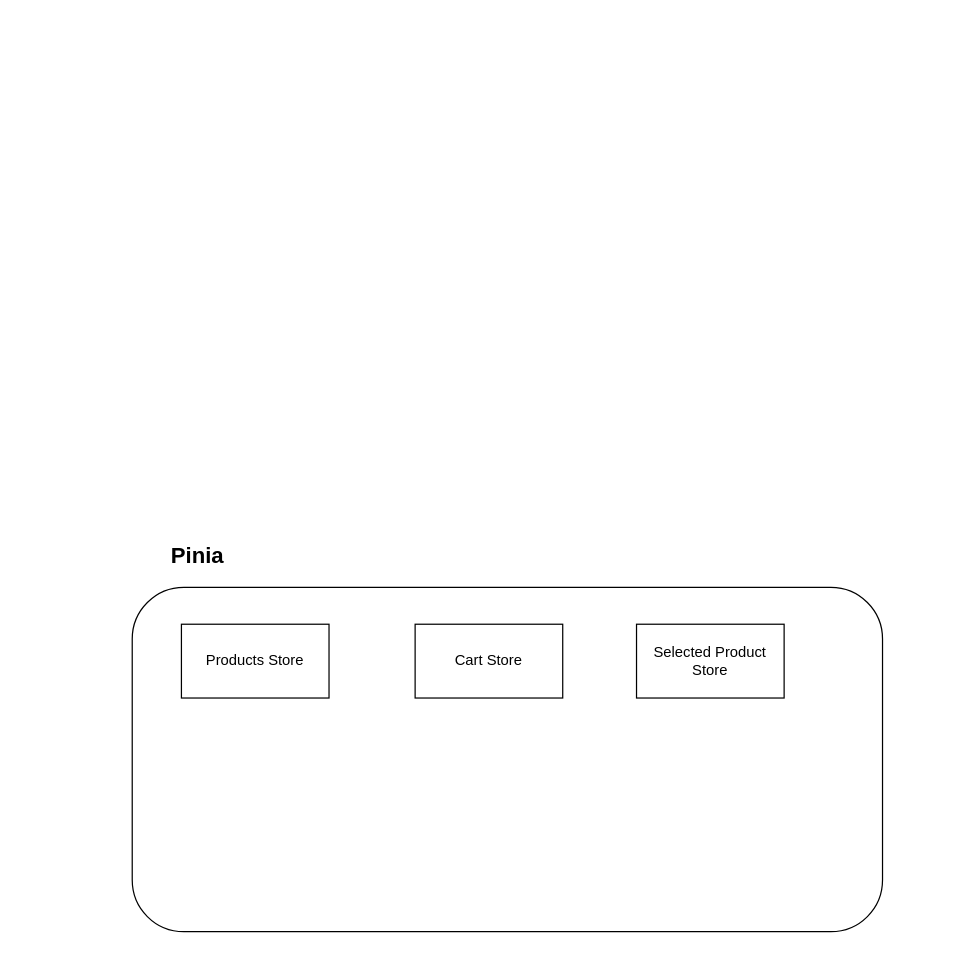
Above: src/assets/Data flow.drawio in asmaaHamdym/vue-e-commerce (draw.io), before the change. Source tidied: cells renumbered, new cells numbered last; positions are measured from the earlier drawing's top-left corner, leaving out a move shared by most shapes. Both pictures are drawn from the tidied source at 123%, with x=0, y=0 at pixel (132, 538).
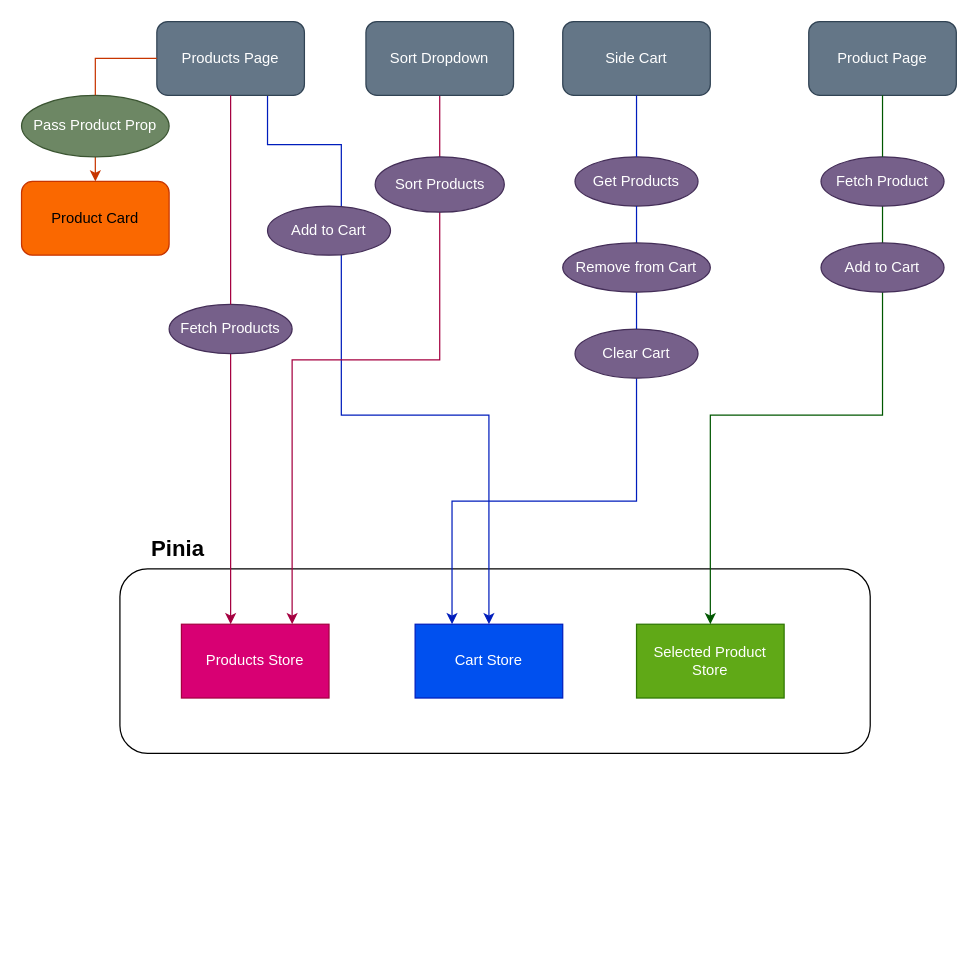
The same page after the edit.

What changed in the source:
```diff
@@
     <mxCell id="3" style="rounded=1;whiteSpace=wrap;html=1;" parent="1" vertex="1">
-      <mxGeometry y="40" width="610" height="280" as="geometry" />
+      <mxGeometry x="-10" y="25" width="610" height="150" as="geometry" />
     </mxCell>
-    <mxCell id="4" value="Selected Product Store" style="rounded=0;whiteSpace=wrap;html=1;" parent="1" vertex="1">
+    <mxCell id="4" value="Selected Product Store" style="rounded=0;whiteSpace=wrap;html=1;fillColor=#60a917;fontColor=#ffffff;strokeColor=#2D7600;" parent="1" vertex="1">
       <mxGeometry x="410" y="70" width="120" height="60" as="geometry" />
     </mxCell>
-    <mxCell id="5" value="Cart Store" style="rounded=0;whiteSpace=wrap;html=1;" parent="1" vertex="1">
+    <mxCell id="5" value="Cart Store" style="rounded=0;whiteSpace=wrap;html=1;fillColor=#0050ef;fontColor=#ffffff;strokeColor=#001DBC;" parent="1" vertex="1">
       <mxGeometry x="230" y="70" width="120" height="60" as="geometry" />
     </mxCell>
-    <mxCell id="6" value="Products Store" style="rounded=0;whiteSpace=wrap;html=1;" parent="1" vertex="1">
+    <mxCell id="6" value="Products Store" style="rounded=0;whiteSpace=wrap;html=1;fillColor=#d80073;fontColor=#ffffff;strokeColor=#A50040;" parent="1" vertex="1">
       <mxGeometry x="40" y="70" width="120" height="60" as="geometry" />
     </mxCell>
     <mxCell id="7" value="&lt;b&gt;&lt;font style=&quot;font-size: 18px;&quot;&gt;Pinia&lt;/font&gt;&lt;/b&gt;&amp;nbsp;" style="text;strokeColor=none;align=center;fillColor=none;html=1;verticalAlign=middle;whiteSpace=wrap;rounded=0;" parent="1" vertex="1">
-      <mxGeometry width="110" height="30" as="geometry" />
+      <mxGeometry x="-16" y="-6" width="110" height="30" as="geometry" />
     </mxCell>
+    <mxCell id="8" style="edgeStyle=orthogonalEdgeStyle;rounded=0;jettySize=auto;html=1;fillColor=#d80073;strokeColor=light-dark(#A50040,#FF48D4);" parent="1" edge="1" source="29" target="6">
+      <mxGeometry relative="1" as="geometry">
+        <Array as="points">
+          <mxPoint x="80" />
+          <mxPoint x="80" />
+        </Array>
+      </mxGeometry>
+    </mxCell>
+    <mxCell id="9" style="edgeStyle=orthogonalEdgeStyle;rounded=0;jettySize=auto;html=1;exitX=0.75;exitY=1;exitDx=0;exitDy=0;fillColor=#0050ef;strokeColor=#001DBC;" parent="1" edge="1" source="10" target="5">
+      <mxGeometry relative="1" as="geometry">
+        <Array as="points">
+          <mxPoint x="110" y="-320" />
+          <mxPoint x="170" y="-320" />
+          <mxPoint x="170" y="-100" />
+          <mxPoint x="290" y="-100" />
+        </Array>
+      </mxGeometry>
+    </mxCell>
+    <mxCell id="10" value="Products Page" style="rounded=1;whiteSpace=wrap;html=1;fillColor=#647687;fontColor=#ffffff;strokeColor=#314354;" parent="1" vertex="1">
+      <mxGeometry x="20" y="-420" width="120" height="60" as="geometry" />
+    </mxCell>
+    <mxCell id="11" value="Product Page" style="rounded=1;whiteSpace=wrap;html=1;fillColor=#647687;fontColor=#ffffff;strokeColor=#314354;" parent="1" vertex="1">
+      <mxGeometry x="550" y="-420" width="120" height="60" as="geometry" />
+    </mxCell>
+    <mxCell id="12" style="edgeStyle=orthogonalEdgeStyle;rounded=0;jettySize=auto;html=1;exitX=0.5;exitY=1;exitDx=0;exitDy=0;entryX=0.25;entryY=0;entryDx=0;entryDy=0;fillColor=#0050ef;strokeColor=#001DBC;" parent="1" edge="1" source="26" target="5">
+      <mxGeometry relative="1" as="geometry" />
+    </mxCell>
+    <mxCell id="13" value="Side Cart" style="rounded=1;whiteSpace=wrap;html=1;fillColor=#647687;fontColor=#ffffff;strokeColor=#314354;" parent="1" vertex="1">
+      <mxGeometry x="350" y="-420" width="120" height="60" as="geometry" />
+    </mxCell>
+    <mxCell id="14" style="edgeStyle=orthogonalEdgeStyle;rounded=0;jettySize=auto;html=1;exitX=0.5;exitY=1;exitDx=0;exitDy=0;entryX=0.75;entryY=0;entryDx=0;entryDy=0;fillColor=#d80073;strokeColor=light-dark(#A50040,#FF48D4);" parent="1" edge="1" source="15" target="6">
+      <mxGeometry relative="1" as="geometry" />
+    </mxCell>
+    <mxCell id="15" value="Sort Dropdown" style="rounded=1;whiteSpace=wrap;html=1;fillColor=#647687;fontColor=#ffffff;strokeColor=#314354;" parent="1" vertex="1">
+      <mxGeometry x="190" y="-420" width="120" height="60" as="geometry" />
+    </mxCell>
+    <mxCell id="16" value="Sort Products" style="ellipse;whiteSpace=wrap;html=1;fillColor=light-dark(#76608A,#B3715D);fontColor=#ffffff;strokeColor=#432D57;" parent="1" vertex="1">
+      <mxGeometry x="197.5" y="-310" width="105" height="45" as="geometry" />
+    </mxCell>
+    <mxCell id="17" value="&lt;div&gt;Add to Cart&lt;/div&gt;" style="ellipse;whiteSpace=wrap;html=1;fillColor=light-dark(#76608A,#B3715D);fontColor=#ffffff;strokeColor=#432D57;" parent="1" vertex="1">
+      <mxGeometry x="110" y="-270" width="100" height="40" as="geometry" />
+    </mxCell>
+    <mxCell id="18" value="Get Products" style="ellipse;whiteSpace=wrap;html=1;fillColor=light-dark(#76608A,#B3715D);fontColor=#ffffff;strokeColor=#432D57;" parent="1" vertex="1">
+      <mxGeometry x="360" y="-310" width="100" height="40" as="geometry" />
+    </mxCell>
+    <mxCell id="19" style="edgeStyle=orthogonalEdgeStyle;rounded=0;jettySize=auto;html=1;exitX=0.5;exitY=1;exitDx=0;exitDy=0;fillColor=#008a00;strokeColor=#005700;" parent="1" edge="1" source="20" target="4">
+      <mxGeometry relative="1" as="geometry" />
+    </mxCell>
+    <mxCell id="20" value="Fetch Product" style="ellipse;whiteSpace=wrap;html=1;fillColor=light-dark(#76608A,#B3715D);fontColor=#ffffff;strokeColor=#432D57;" parent="1" vertex="1">
+      <mxGeometry x="560" y="-310" width="100" height="40" as="geometry" />
+    </mxCell>
+    <mxCell id="21" value="&lt;div&gt;Add to Cart&lt;/div&gt;" style="ellipse;whiteSpace=wrap;html=1;fillColor=light-dark(#76608A,#B3715D);fontColor=#ffffff;strokeColor=#432D57;" parent="1" vertex="1">
+      <mxGeometry x="560" y="-240" width="100" height="40" as="geometry" />
+    </mxCell>
+    <mxCell id="22" value="Product Card" style="rounded=1;whiteSpace=wrap;html=1;fillColor=#fa6800;fontColor=#000000;strokeColor=#C73500;" parent="1" vertex="1">
+      <mxGeometry x="-90" y="-290" width="120" height="60" as="geometry" />
+    </mxCell>
+    <mxCell id="23" style="edgeStyle=orthogonalEdgeStyle;rounded=0;jettySize=auto;html=1;exitX=0.5;exitY=1;exitDx=0;exitDy=0;entryX=0.5;entryY=0;entryDx=0;entryDy=0;fillColor=#fa6800;strokeColor=#C73500;" parent="1" edge="1" source="24" target="22">
+      <mxGeometry relative="1" as="geometry" />
+    </mxCell>
+    <mxCell id="24" value="Pass Product Prop" style="ellipse;whiteSpace=wrap;html=1;fillColor=#6d8764;fontColor=#ffffff;strokeColor=#3A5431;" parent="1" vertex="1">
+      <mxGeometry x="-90" y="-360" width="120" height="50" as="geometry" />
+    </mxCell>
+    <mxCell id="25" style="endArrow=none;html=1;rounded=0;entryX=0.5;entryY=1;entryDx=0;entryDy=0;exitX=0.5;exitY=0;exitDx=0;exitDy=0;fillColor=#0050ef;strokeColor=#001DBC;" parent="1" edge="1" source="18" target="13">
+      <mxGeometry relative="1" as="geometry" />
+    </mxCell>
+    <mxCell id="26" value="Clear Cart" style="ellipse;whiteSpace=wrap;html=1;fillColor=light-dark(#76608A,#B3715D);fontColor=#ffffff;strokeColor=#432D57;" parent="1" vertex="1">
+      <mxGeometry x="360" y="-170" width="100" height="40" as="geometry" />
+    </mxCell>
+    <mxCell id="27" style="endArrow=none;html=1;rounded=0;entryX=0.5;entryY=0;entryDx=0;entryDy=0;exitX=0.5;exitY=1;exitDx=0;exitDy=0;fillColor=#0050ef;strokeColor=#001DBC;" parent="1" edge="1" source="18" target="26">
+      <mxGeometry relative="1" as="geometry" />
+    </mxCell>
+    <mxCell id="28" value="Remove from Cart" style="ellipse;whiteSpace=wrap;html=1;fillColor=light-dark(#76608A,#B3715D);fontColor=#ffffff;strokeColor=#432D57;" parent="1" vertex="1">
+      <mxGeometry x="350" y="-240" width="120" height="40" as="geometry" />
+    </mxCell>
+    <mxCell id="29" value="Fetch Products" style="ellipse;whiteSpace=wrap;html=1;fillColor=light-dark(#76608A,#B3715D);fontColor=#ffffff;strokeColor=#432D57;" parent="1" vertex="1">
+      <mxGeometry x="30" y="-190" width="100" height="40" as="geometry" />
+    </mxCell>
+    <mxCell id="30" style="endArrow=none;html=1;rounded=0;entryX=0;entryY=0.5;entryDx=0;entryDy=0;exitX=0.5;exitY=0;exitDx=0;exitDy=0;fillColor=#fa6800;strokeColor=#C73500;" parent="1" edge="1" source="24" target="10">
+      <mxGeometry relative="1" as="geometry">
+        <Array as="points">
+          <mxPoint x="-30" y="-390" />
+        </Array>
+      </mxGeometry>
+    </mxCell>
+    <mxCell id="31" style="endArrow=none;html=1;rounded=0;entryX=0.5;entryY=1;entryDx=0;entryDy=0;exitX=0.5;exitY=0;exitDx=0;exitDy=0;fillColor=#d80073;strokeColor=light-dark(#A50040,#FF48D4);" parent="1" edge="1" source="29" target="10">
+      <mxGeometry relative="1" as="geometry" />
+    </mxCell>
+    <mxCell id="32" style="endArrow=none;html=1;rounded=0;entryX=0.5;entryY=1;entryDx=0;entryDy=0;exitX=0.5;exitY=0;exitDx=0;exitDy=0;fillColor=#008a00;strokeColor=#005700;" parent="1" edge="1" source="20" target="11">
+      <mxGeometry relative="1" as="geometry" />
+    </mxCell>
```
